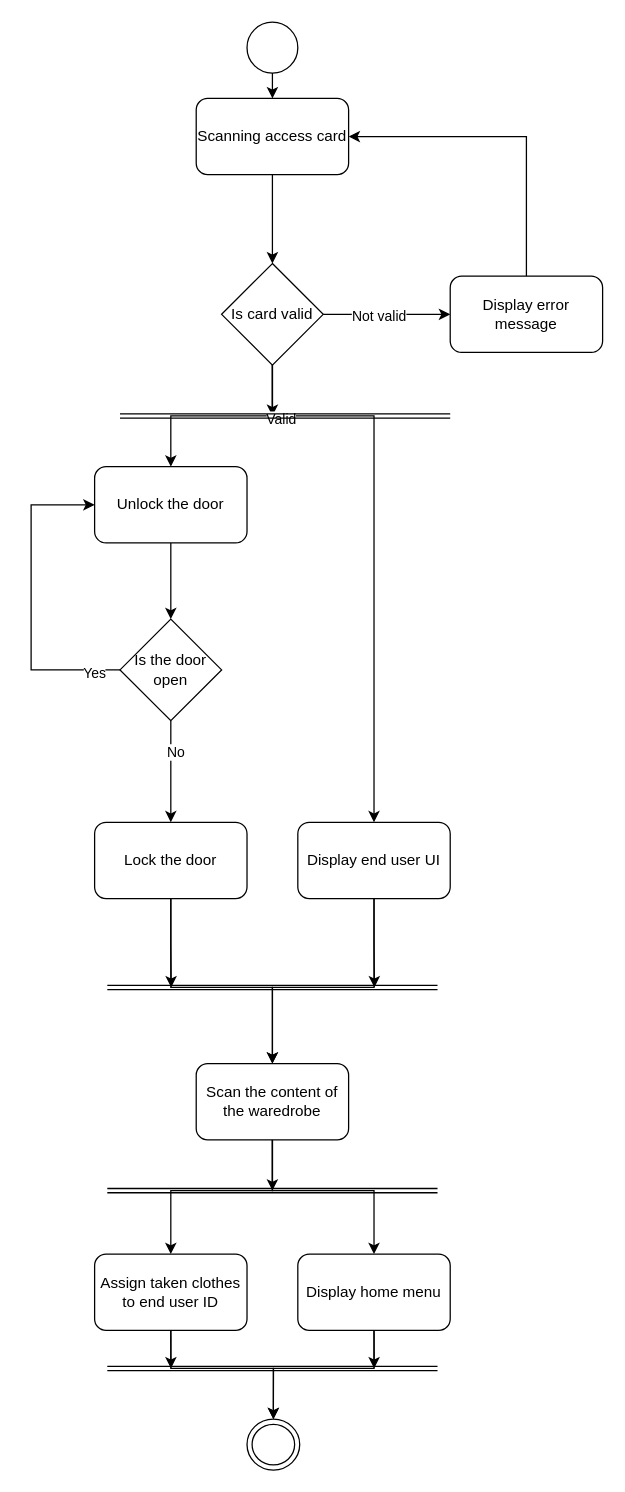
This is ActivityDiagramRefiller.drawio from TadeuszSzuta/PSI, a draw.io file, before an edit. Source tidied: cells renumbered, new cells numbered last; positions are measured from the earlier drawing's top-left corner, leaving out a move shared by most shapes. Both pictures are drawn from the tidied source at 127%, with x=0, y=0 at pixel (30, 22).
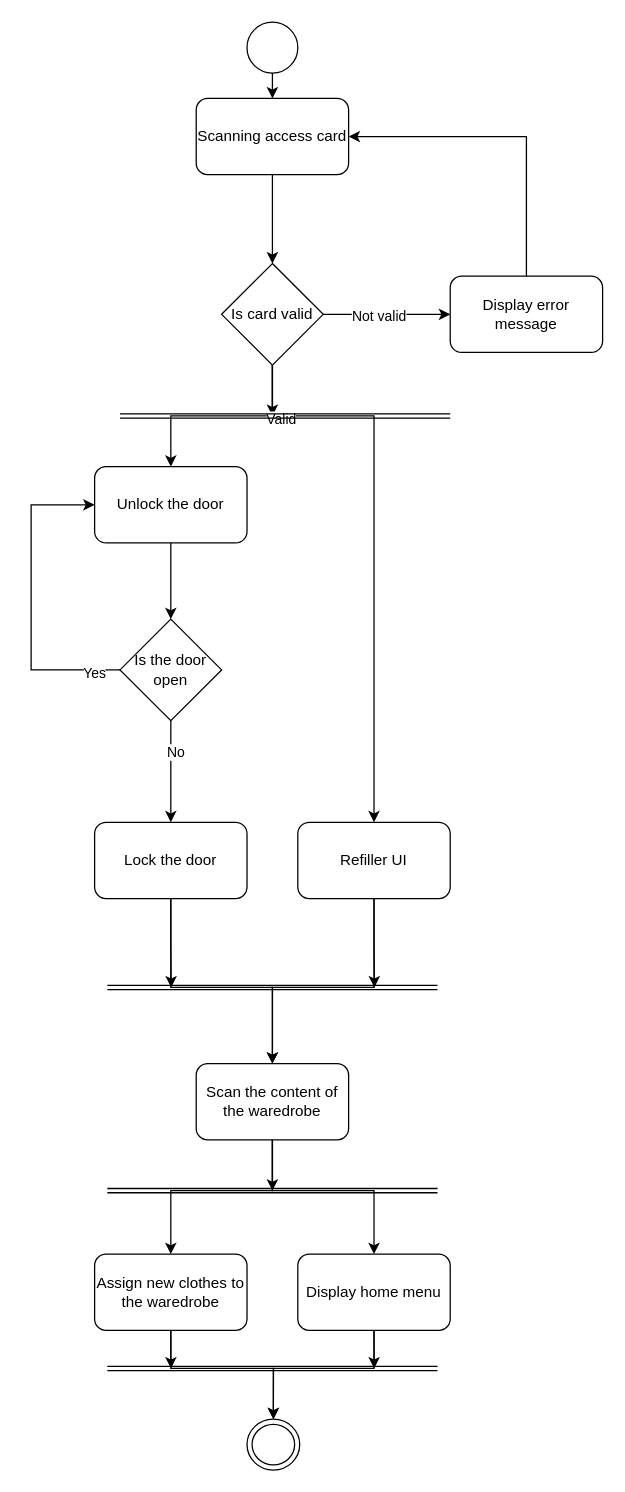
The same page after the edit.

Diff of the diagram source:
```diff
@@
-    <mxCell id="17" value="Display end user UI" style="rounded=1;whiteSpace=wrap;html=1;" parent="1" vertex="1">
+    <mxCell id="17" value="Refiller UI" style="rounded=1;whiteSpace=wrap;html=1;" parent="1" vertex="1">
       <mxGeometry x="210" y="630" width="120" height="60" as="geometry" />
     </mxCell>
@@
-    <mxCell id="35" value="Assign taken clothes to end user ID" style="rounded=1;whiteSpace=wrap;html=1;" parent="1" vertex="1">
+    <mxCell id="35" value="Assign new clothes to the waredrobe" style="rounded=1;whiteSpace=wrap;html=1;" parent="1" vertex="1">
       <mxGeometry x="50" y="970" width="120" height="60" as="geometry" />
     </mxCell>
```
